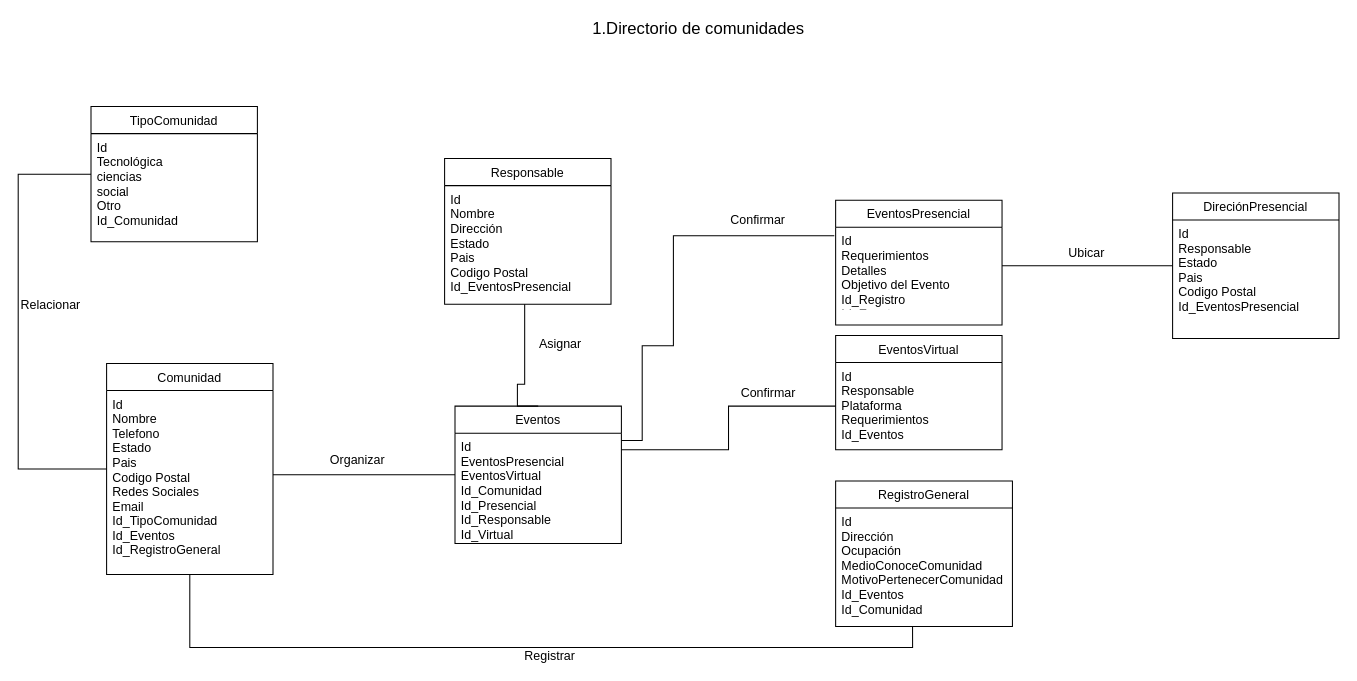
jazzadahack323Gro/Diagrams keeps this draw.io diagram as Untitled Diagram.drawio. Above is the earlier version. Source tidied: cells renumbered, new cells numbered last; positions are measured from the earlier drawing's top-left corner, leaving out a move shared by most shapes. Both pictures are drawn from the tidied source at 104%, with x=0, y=0 at pixel (18, 18).
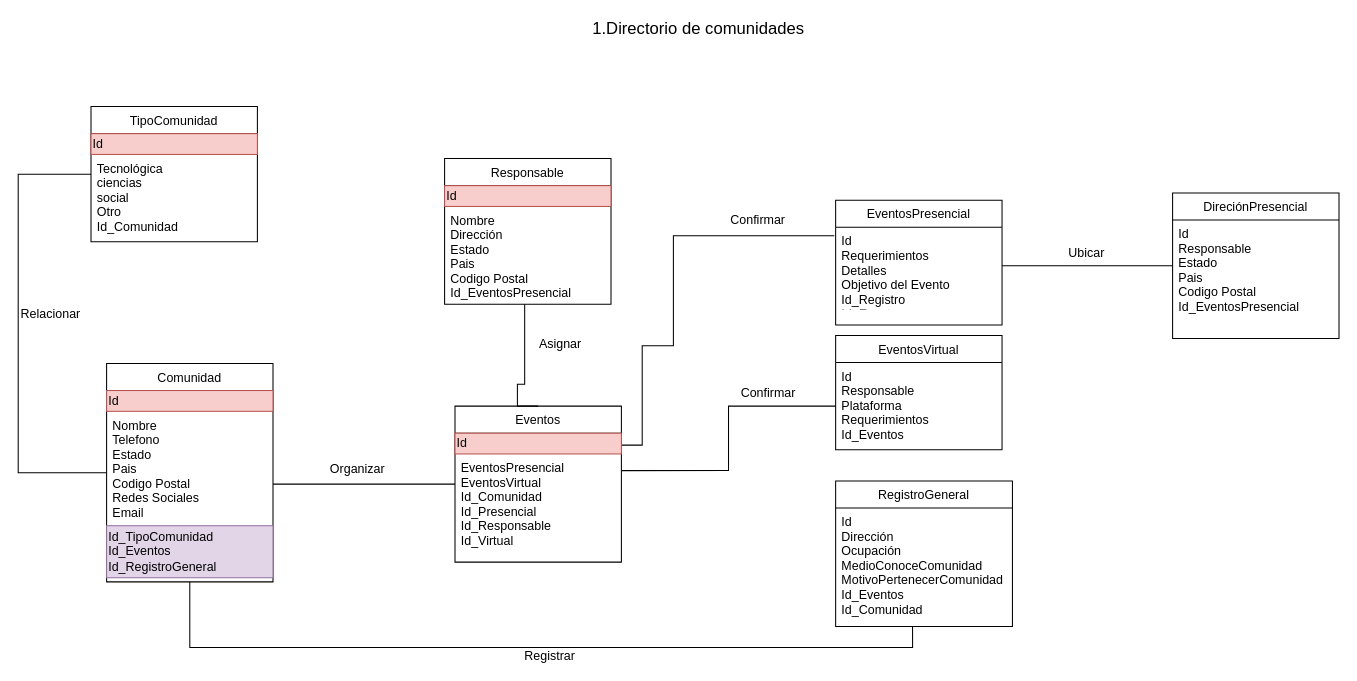
The same page after the edit.

Unchanged cells that the change refers to:
```xml
<mxCell id="4" value="TipoComunidad" style="swimlane;fontStyle=0;align=center;verticalAlign=top;horizontal=1;startSize=26;rounded=0;shadow=0;strokeWidth=1;" parent="1" vertex="1">
  <mxGeometry x="70" y="85" width="160" height="130" as="geometry" />
</mxCell>
<mxCell id="24" value="Responsable" style="swimlane;fontStyle=0;align=center;verticalAlign=top;horizontal=1;startSize=26;rounded=0;shadow=0;strokeWidth=1;" parent="1" vertex="1">
  <mxGeometry x="410" y="135" width="160" height="140" as="geometry" />
</mxCell>
```

What changed in the source:
```diff
@@
     <mxCell id="2" value="Comunidad" style="swimlane;fontStyle=0;align=center;verticalAlign=top;horizontal=1;startSize=26;rounded=0;shadow=0;strokeWidth=1;" parent="1" vertex="1">
-      <mxGeometry x="85" y="332" width="160" height="203" as="geometry" />
+      <mxGeometry x="85" y="332" width="160" height="210" as="geometry" />
     </mxCell>
+    <mxCell id="33" value="&lt;span style=&quot;&quot;&gt;Id&lt;/span&gt;" style="text;html=1;align=left;verticalAlign=middle;strokeColor=#b85450;fillColor=#f8cecc;" parent="2" vertex="1">
+      <mxGeometry y="26" width="160" height="20" as="geometry" />
+    </mxCell>
-    <mxCell id="3" value="Id &#10;Nombre&#10;Telefono&#10;Estado&#10;Pais&#10;Codigo Postal&#10;Redes Sociales&#10;Email &#10;Id_TipoComunidad&#10;Id_Eventos&#10;Id_RegistroGeneral" style="text;align=left;verticalAlign=top;spacingLeft=4;spacingRight=4;overflow=hidden;" parent="2" vertex="1">
-      <mxGeometry y="26" width="160" height="174" as="geometry" />
+    <mxCell id="3" value="Nombre&#10;Telefono&#10;Estado&#10;Pais&#10;Codigo Postal&#10;Redes Sociales&#10;Email &#10;" style="text;align=left;verticalAlign=top;spacingLeft=4;spacingRight=4;overflow=hidden;" parent="2" vertex="1">
+      <mxGeometry y="46" width="160" height="110" as="geometry" />
     </mxCell>
+    <mxCell id="34" value="&lt;span style=&quot;&quot;&gt;Id_TipoComunidad&lt;/span&gt;&lt;br style=&quot;padding: 0px; margin: 0px;&quot;&gt;&lt;span style=&quot;&quot;&gt;Id_Eventos&lt;/span&gt;&lt;br style=&quot;padding: 0px; margin: 0px;&quot;&gt;&lt;span style=&quot;&quot;&gt;Id_RegistroGeneral&lt;/span&gt;" style="text;html=1;align=left;verticalAlign=middle;strokeColor=#9673a6;fillColor=#e1d5e7;" parent="2" vertex="1">
+      <mxGeometry y="156" width="160" height="50" as="geometry" />
+    </mxCell>
@@
+    <mxCell id="35" value="&lt;span style=&quot;&quot;&gt;Id&lt;/span&gt;" style="text;html=1;align=left;verticalAlign=middle;strokeColor=#b85450;fillColor=#f8cecc;" parent="4" vertex="1">
+      <mxGeometry y="26" width="160" height="20" as="geometry" />
+    </mxCell>
-    <mxCell id="5" value="Id&#10;Tecnológica&#10;ciencias &#10;social&#10;Otro&#10;Id_Comunidad" style="text;align=left;verticalAlign=top;spacingLeft=4;spacingRight=4;overflow=hidden;" parent="4" vertex="1">
-      <mxGeometry y="26" width="160" height="104" as="geometry" />
+    <mxCell id="5" value="Tecnológica&#10;ciencias &#10;social&#10;Otro&#10;Id_Comunidad" style="text;align=left;verticalAlign=top;spacingLeft=4;spacingRight=4;overflow=hidden;" parent="4" vertex="1">
+      <mxGeometry y="46" width="160" height="80" as="geometry" />
     </mxCell>
@@
     <mxCell id="8" value="Eventos" style="swimlane;fontStyle=0;align=center;verticalAlign=top;horizontal=1;startSize=26;rounded=0;shadow=0;strokeWidth=1;" parent="1" vertex="1">
-      <mxGeometry x="420" y="373" width="160" height="132" as="geometry" />
+      <mxGeometry x="420" y="373" width="160" height="150" as="geometry" />
     </mxCell>
+    <mxCell id="36" value="&lt;span style=&quot;&quot;&gt;Id&lt;/span&gt;" style="text;html=1;align=left;verticalAlign=middle;strokeColor=#b85450;fillColor=#f8cecc;" parent="8" vertex="1">
+      <mxGeometry y="26" width="160" height="20" as="geometry" />
+    </mxCell>
-    <mxCell id="9" value="Id&#10;EventosPresencial&#10;EventosVirtual&#10;Id_Comunidad&#10;Id_Presencial&#10;Id_Responsable&#10;Id_Virtual" style="text;align=left;verticalAlign=top;spacingLeft=4;spacingRight=4;overflow=hidden;points=[[0,0.5],[1,0.5]];portConstraint=eastwest;rounded=0;shadow=0;html=0;" parent="8" vertex="1">
-      <mxGeometry y="26" width="160" height="104" as="geometry" />
+    <mxCell id="9" value="EventosPresencial&#10;EventosVirtual&#10;Id_Comunidad&#10;Id_Presencial&#10;Id_Responsable&#10;Id_Virtual" style="text;align=left;verticalAlign=top;spacingLeft=4;spacingRight=4;overflow=hidden;points=[[0,0.5],[1,0.5]];portConstraint=eastwest;rounded=0;shadow=0;html=0;" parent="8" vertex="1">
+      <mxGeometry y="46" width="160" height="104" as="geometry" />
     </mxCell>
@@
+    <mxCell id="37" value="&lt;span style=&quot;&quot;&gt;Id&lt;/span&gt;" style="text;html=1;align=left;verticalAlign=middle;strokeColor=#b85450;fillColor=#f8cecc;" parent="24" vertex="1">
+      <mxGeometry y="26" width="160" height="20" as="geometry" />
+    </mxCell>
-    <mxCell id="25" value="Id&#10;Nombre&#10;Dirección&#10;Estado&#10;Pais&#10;Codigo Postal&#10;Id_EventosPresencial" style="text;align=left;verticalAlign=top;spacingLeft=4;spacingRight=4;overflow=hidden;points=[[0,0.5],[1,0.5]];portConstraint=eastwest;rounded=0;shadow=0;html=0;" parent="24" vertex="1">
-      <mxGeometry y="26" width="160" height="114" as="geometry" />
+    <mxCell id="25" value="Nombre&#10;Dirección&#10;Estado&#10;Pais&#10;Codigo Postal&#10;Id_EventosPresencial" style="text;align=left;verticalAlign=top;spacingLeft=4;spacingRight=4;overflow=hidden;points=[[0,0.5],[1,0.5]];portConstraint=eastwest;rounded=0;shadow=0;html=0;" parent="24" vertex="1">
+      <mxGeometry y="46" width="160" height="94" as="geometry" />
     </mxCell>
-    <mxCell id="26" style="edgeStyle=orthogonalEdgeStyle;rounded=0;jettySize=auto;html=1;entryX=0.5;entryY=0;entryDx=0;entryDy=0;endArrow=none;endFill=0;" parent="1" edge="1" source="25" target="8">
+    <mxCell id="26" style="edgeStyle=orthogonalEdgeStyle;rounded=0;jettySize=auto;html=1;entryX=0.5;entryY=0;entryDx=0;entryDy=0;endArrow=none;endFill=0;" parent="1" edge="1" target="8">
       <mxGeometry relative="1" as="geometry">
+        <mxPoint x="487" y="275" as="sourcePoint" />
         <Array as="points">
           <mxPoint x="487" y="352" />
           <mxPoint x="480" y="352" />
           <mxPoint x="480" y="373" />
         </Array>
       </mxGeometry>
     </mxCell>
```
